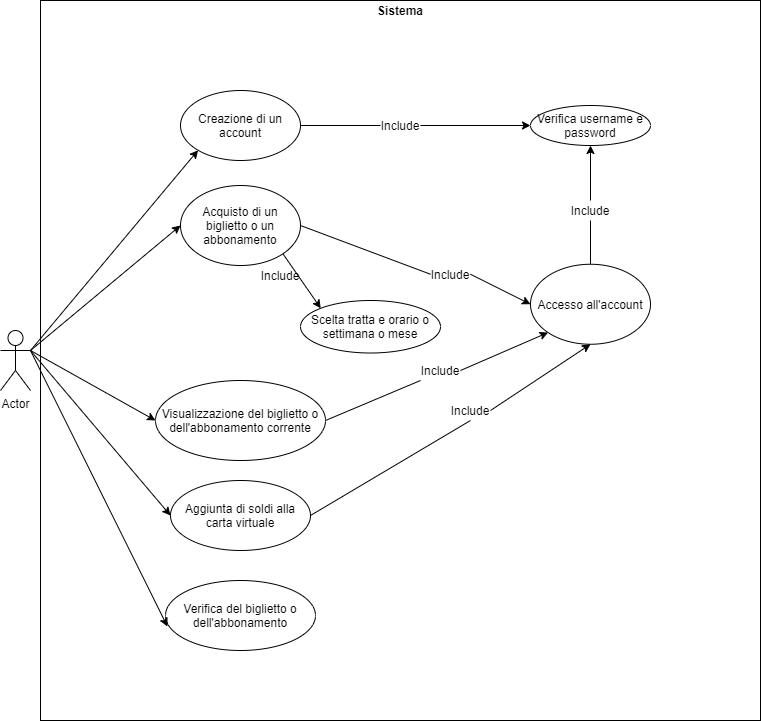
This is Documentazione/Diagrammi/Diagramma UML dei casi d'uso.png from DanieleRonco/ProgettoJAItalia, a draw.io export, as it was before one commit. Source tidied: cells renumbered, new cells last; positions are measured from the earlier drawing's top-left corner, leaving out a move shared by most shapes.
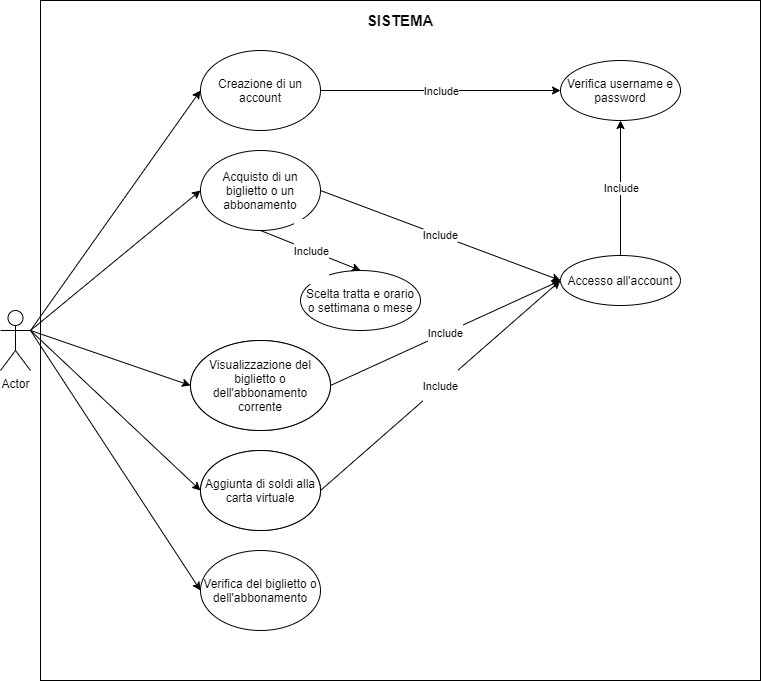
After the change.

Diff of the diagram source:
```diff
@@ -2,104 +2,92 @@
   <root>
     <mxCell id="0" />
     <mxCell id="1" parent="0" />
-    <mxCell id="2" value="Actor" style="shape=umlActor;verticalLabelPosition=bottom;verticalAlign=top;html=1;outlineConnect=0;comic=0;" parent="1" vertex="1">
-      <mxGeometry y="330" width="30" height="60" as="geometry" />
+    <mxCell id="2" value="Actor" style="shape=umlActor;verticalLabelPosition=bottom;verticalAlign=top;html=1;outlineConnect=0;" parent="1" vertex="1">
+      <mxGeometry y="310" width="30" height="60" as="geometry" />
     </mxCell>
-    <mxCell id="3" style="rounded=0;whiteSpace=wrap;html=1;comic=0;" parent="1" vertex="1">
-      <mxGeometry x="40" width="720" height="720" as="geometry" />
-    </mxCell>
-    <mxCell id="4" value="&lt;b&gt;Sistema&lt;/b&gt;" style="text;html=1;strokeColor=none;fillColor=none;align=center;verticalAlign=middle;whiteSpace=wrap;rounded=0;comic=0;" parent="1" vertex="1">
-      <mxGeometry x="380" width="40" height="20" as="geometry" />
-    </mxCell>
+    <mxCell id="35" style="rounded=0;whiteSpace=wrap;html=1;" parent="1" vertex="1">
+      <mxGeometry x="40" width="720" height="680" as="geometry" />
+    </mxCell>
+    <mxCell id="36" value="&lt;b&gt;&lt;font style=&quot;font-size: 15px&quot;&gt;SISTEMA&lt;/font&gt;&lt;/b&gt;" style="text;html=1;strokeColor=none;fillColor=none;align=center;verticalAlign=middle;whiteSpace=wrap;rounded=0;" parent="1" vertex="1">
+      <mxGeometry x="380" y="10" width="40" height="20" as="geometry" />
+    </mxCell>
-    <mxCell id="5" value="Creazione di un account" style="ellipse;whiteSpace=wrap;html=1;comic=0;" parent="1" vertex="1">
-      <mxGeometry x="180" y="90" width="120" height="70" as="geometry" />
+    <mxCell id="5" value="Creazione di un account" style="ellipse;whiteSpace=wrap;html=1;" parent="1" vertex="1">
+      <mxGeometry x="200" y="50" width="120" height="80" as="geometry" />
     </mxCell>
-    <mxCell id="6" style="endArrow=classic;html=1;exitX=1;exitY=0.3333333333333333;exitDx=0;exitDy=0;exitPerimeter=0;entryX=0;entryY=1;entryDx=0;entryDy=0;" parent="1" edge="1" source="2" target="5">
-      <mxGeometry relative="1" as="geometry" />
-    </mxCell>
-    <mxCell id="7" value="Acquisto di un biglietto o un abbonamento" style="ellipse;whiteSpace=wrap;html=1;comic=0;" parent="1" vertex="1">
-      <mxGeometry x="180" y="185" width="120" height="80" as="geometry" />
+    <mxCell id="7" value="Acquisto di un biglietto o un abbonamento" style="ellipse;whiteSpace=wrap;html=1;" parent="1" vertex="1">
+      <mxGeometry x="200" y="150" width="120" height="80" as="geometry" />
     </mxCell>
-    <mxCell id="8" value="Visualizzazione del biglietto o dell'abbonamento corrente" style="ellipse;whiteSpace=wrap;html=1;comic=0;" parent="1" vertex="1">
-      <mxGeometry x="155" y="380" width="170" height="80" as="geometry" />
-    </mxCell>
-    <mxCell id="9" value="Aggiunta di soldi alla carta virtuale" style="ellipse;whiteSpace=wrap;html=1;comic=0;" parent="1" vertex="1">
-      <mxGeometry x="170" y="480" width="140" height="70" as="geometry" />
-    </mxCell>
+    <mxCell id="37" value="Visualizzazione del biglietto o dell'abbonamento corrente" style="ellipse;whiteSpace=wrap;html=1;" parent="1" vertex="1">
+      <mxGeometry x="190" y="340" width="140" height="90" as="geometry" />
+    </mxCell>
+    <mxCell id="38" value="Aggiunta di soldi alla carta virtuale" style="ellipse;whiteSpace=wrap;html=1;" parent="1" vertex="1">
+      <mxGeometry x="200" y="450" width="120" height="80" as="geometry" />
+    </mxCell>
-    <mxCell id="10" value="Verifica del biglietto o dell'abbonamento" style="ellipse;whiteSpace=wrap;html=1;comic=0;" parent="1" vertex="1">
-      <mxGeometry x="165" y="580" width="150" height="70" as="geometry" />
+    <mxCell id="10" value="Verifica del biglietto o dell'abbonamento" style="ellipse;whiteSpace=wrap;html=1;" parent="1" vertex="1">
+      <mxGeometry x="200" y="550" width="120" height="80" as="geometry" />
     </mxCell>
-    <mxCell id="11" value="Verifica username e password" style="ellipse;whiteSpace=wrap;html=1;comic=0;" parent="1" vertex="1">
-      <mxGeometry x="530" y="105" width="120" height="40" as="geometry" />
+    <mxCell id="11" value="Verifica username e password" style="ellipse;whiteSpace=wrap;html=1;" parent="1" vertex="1">
+      <mxGeometry x="560" y="60" width="120" height="60" as="geometry" />
     </mxCell>
-    <mxCell id="12" value="Accesso all'account" style="ellipse;whiteSpace=wrap;html=1;comic=0;" parent="1" vertex="1">
-      <mxGeometry x="530" y="263.8" width="120" height="80" as="geometry" />
+    <mxCell id="12" value="Accesso all'account" style="ellipse;whiteSpace=wrap;html=1;" parent="1" vertex="1">
+      <mxGeometry x="560" y="255" width="120" height="50" as="geometry" />
     </mxCell>
-    <mxCell id="13" value="Scelta tratta e orario o settimana o mese" style="ellipse;whiteSpace=wrap;html=1;comic=0;" parent="1" vertex="1">
-      <mxGeometry x="300" y="300" width="140" height="52.5" as="geometry" />
+    <mxCell id="13" value="Scelta tratta e orario o settimana o mese" style="ellipse;whiteSpace=wrap;html=1;" parent="1" vertex="1">
+      <mxGeometry x="300" y="270" width="120" height="60" as="geometry" />
     </mxCell>
-    <mxCell id="14" style="endArrow=classic;html=1;entryX=0;entryY=0.5;entryDx=0;entryDy=0;exitX=1;exitY=0.5;exitDx=0;exitDy=0;startArrow=none;" parent="1" edge="1" source="33" target="11">
-      <mxGeometry relative="1" as="geometry" />
-    </mxCell>
+    <mxCell id="39" style="endArrow=classic;html=1;exitX=1;exitY=0.5;exitDx=0;exitDy=0;entryX=0;entryY=0.5;entryDx=0;entryDy=0;" parent="1" edge="1" source="7" target="12">
+      <mxGeometry relative="1" as="geometry" />
+    </mxCell>
+    <mxCell id="40" value="Include" style="edgeLabel;html=1;align=center;verticalAlign=middle;" parent="39" vertex="1">
+      <mxGeometry relative="1" as="geometry" />
+    </mxCell>
+    <mxCell id="41" value="&#10;&#10;&lt;span style=&quot;color: rgb(0, 0, 0); font-family: helvetica; font-size: 11px; font-style: normal; font-weight: 400; letter-spacing: normal; text-align: center; text-indent: 0px; text-transform: none; word-spacing: 0px; background-color: rgb(255, 255, 255); display: inline; float: none;&quot;&gt;Include&lt;/span&gt;&#10;&#10;" style="endArrow=classic;html=1;exitX=1;exitY=0.5;exitDx=0;exitDy=0;entryX=0;entryY=0.5;entryDx=0;entryDy=0;" parent="1" edge="1" source="37" target="12">
+      <mxGeometry relative="1" as="geometry" />
+    </mxCell>
+    <mxCell id="42" style="endArrow=classic;html=1;exitX=1;exitY=0.5;exitDx=0;exitDy=0;entryX=0;entryY=0.5;entryDx=0;entryDy=0;" parent="1" edge="1" source="38" target="12">
+      <mxGeometry relative="1" as="geometry" />
+    </mxCell>
+    <mxCell id="43" value="&#10;&#10;&lt;span style=&quot;color: rgb(0, 0, 0); font-family: helvetica; font-size: 11px; font-style: normal; font-weight: 400; letter-spacing: normal; text-align: center; text-indent: 0px; text-transform: none; word-spacing: 0px; background-color: rgb(255, 255, 255); display: inline; float: none;&quot;&gt;Include&lt;/span&gt;&#10;&#10;" style="edgeLabel;html=1;align=center;verticalAlign=middle;" parent="42" vertex="1">
+      <mxGeometry relative="1" as="geometry" />
+    </mxCell>
+    <mxCell id="44" style="endArrow=classic;html=1;exitX=1;exitY=0.5;exitDx=0;exitDy=0;entryX=0;entryY=0.5;entryDx=0;entryDy=0;" parent="1" edge="1" source="5" target="11">
+      <mxGeometry relative="1" as="geometry" />
+    </mxCell>
+    <mxCell id="45" value="&#10;&#10;&lt;span style=&quot;color: rgb(0, 0, 0); font-family: helvetica; font-size: 11px; font-style: normal; font-weight: 400; letter-spacing: normal; text-align: center; text-indent: 0px; text-transform: none; word-spacing: 0px; background-color: rgb(255, 255, 255); display: inline; float: none;&quot;&gt;Include&lt;/span&gt;&#10;&#10;" style="edgeLabel;html=1;align=center;verticalAlign=middle;" parent="44" vertex="1">
+      <mxGeometry relative="1" as="geometry" />
+    </mxCell>
+    <mxCell id="46" style="endArrow=classic;html=1;exitX=0.5;exitY=0;exitDx=0;exitDy=0;entryX=0.5;entryY=1;entryDx=0;entryDy=0;" parent="1" edge="1" source="12" target="11">
+      <mxGeometry relative="1" as="geometry" />
+    </mxCell>
+    <mxCell id="47" value="Include" style="edgeLabel;html=1;align=center;verticalAlign=middle;" parent="46" vertex="1">
+      <mxGeometry relative="1" as="geometry" />
+    </mxCell>
-    <mxCell id="15" style="endArrow=classic;html=1;exitX=1;exitY=1;exitDx=0;exitDy=0;entryX=0;entryY=0;entryDx=0;entryDy=0;" parent="1" edge="1" source="7" target="13">
+    <mxCell id="15" style="endArrow=classic;html=1;exitX=0.5;exitY=1;exitDx=0;exitDy=0;entryX=0.5;entryY=0;entryDx=0;entryDy=0;" parent="1" edge="1" source="7" target="13">
       <mxGeometry relative="1" as="geometry" />
     </mxCell>
-    <mxCell id="16" style="endArrow=classic;html=1;exitX=1;exitY=0.5;exitDx=0;exitDy=0;entryX=0;entryY=0.5;entryDx=0;entryDy=0;startArrow=none;" parent="1" edge="1" source="29" target="12">
-      <mxGeometry relative="1" as="geometry" />
-    </mxCell>
+    <mxCell id="48" value="&#10;&#10;&lt;span style=&quot;color: rgb(0, 0, 0); font-family: helvetica; font-size: 11px; font-style: normal; font-weight: 400; letter-spacing: normal; text-align: center; text-indent: 0px; text-transform: none; word-spacing: 0px; background-color: rgb(255, 255, 255); display: inline; float: none;&quot;&gt;Include&lt;/span&gt;&#10;&#10;" style="edgeLabel;html=1;align=center;verticalAlign=middle;" parent="15" vertex="1">
+      <mxGeometry relative="1" as="geometry" />
+    </mxCell>
+    <mxCell id="49" value="Visualizzazione del biglietto o dell'abbonamento corrente" style="ellipse;whiteSpace=wrap;html=1;" parent="1" vertex="1">
+      <mxGeometry x="190" y="340" width="140" height="90" as="geometry" />
+    </mxCell>
+    <mxCell id="50" value="Aggiunta di soldi alla carta virtuale" style="ellipse;whiteSpace=wrap;html=1;" parent="1" vertex="1">
+      <mxGeometry x="200" y="450" width="120" height="80" as="geometry" />
+    </mxCell>
+    <mxCell id="6" style="endArrow=classic;html=1;exitX=1;exitY=0.3333333333333333;exitDx=0;exitDy=0;exitPerimeter=0;entryX=0;entryY=0.5;entryDx=0;entryDy=0;" parent="1" edge="1" source="2" target="5">
+      <mxGeometry relative="1" as="geometry" />
+    </mxCell>
     <mxCell id="17" style="endArrow=classic;html=1;exitX=1;exitY=0.3333333333333333;exitDx=0;exitDy=0;exitPerimeter=0;entryX=0;entryY=0.5;entryDx=0;entryDy=0;" parent="1" edge="1" source="2" target="7">
       <mxGeometry relative="1" as="geometry" />
     </mxCell>
-    <mxCell id="18" style="endArrow=classic;html=1;exitX=0.5;exitY=0;exitDx=0;exitDy=0;entryX=0.5;entryY=1;entryDx=0;entryDy=0;startArrow=none;" parent="1" edge="1" source="31" target="11">
-      <mxGeometry relative="1" as="geometry" />
-    </mxCell>
-    <mxCell id="19" style="endArrow=classic;html=1;exitX=1;exitY=0.3333333333333333;exitDx=0;exitDy=0;exitPerimeter=0;entryX=0;entryY=0.5;entryDx=0;entryDy=0;" parent="1" edge="1" source="2" target="8">
-      <mxGeometry relative="1" as="geometry" />
-    </mxCell>
-    <mxCell id="20" style="endArrow=classic;html=1;exitX=1;exitY=0.5;exitDx=0;exitDy=0;entryX=0;entryY=1;entryDx=0;entryDy=0;startArrow=none;" parent="1" edge="1" source="27" target="12">
-      <mxGeometry relative="1" as="geometry" />
-    </mxCell>
-    <mxCell id="21" style="endArrow=classic;html=1;exitX=1;exitY=0.3333333333333333;exitDx=0;exitDy=0;exitPerimeter=0;entryX=0;entryY=0.5;entryDx=0;entryDy=0;" parent="1" edge="1" source="2" target="9">
-      <mxGeometry relative="1" as="geometry" />
-    </mxCell>
-    <mxCell id="22" style="endArrow=classic;html=1;exitX=1;exitY=0.5;exitDx=0;exitDy=0;entryX=0.5;entryY=1;entryDx=0;entryDy=0;startArrow=none;" parent="1" edge="1" source="25" target="12">
-      <mxGeometry relative="1" as="geometry" />
-    </mxCell>
+    <mxCell id="51" style="endArrow=classic;html=1;exitX=1;exitY=0.3333333333333333;exitDx=0;exitDy=0;exitPerimeter=0;entryX=0;entryY=0.5;entryDx=0;entryDy=0;" parent="1" edge="1" source="2" target="49">
+      <mxGeometry relative="1" as="geometry" />
+    </mxCell>
+    <mxCell id="52" style="endArrow=classic;html=1;exitX=1;exitY=0.3333333333333333;exitDx=0;exitDy=0;exitPerimeter=0;entryX=0;entryY=0.5;entryDx=0;entryDy=0;" parent="1" edge="1" source="2" target="50">
+      <mxGeometry relative="1" as="geometry" />
+    </mxCell>
-    <mxCell id="23" style="endArrow=classic;html=1;exitX=1;exitY=0.3333333333333333;exitDx=0;exitDy=0;exitPerimeter=0;entryX=0.013;entryY=0.657;entryDx=0;entryDy=0;entryPerimeter=0;" parent="1" edge="1" source="2" target="10">
+    <mxCell id="23" style="endArrow=classic;html=1;exitX=1;exitY=0.3333333333333333;exitDx=0;exitDy=0;exitPerimeter=0;entryX=0;entryY=0.5;entryDx=0;entryDy=0;" parent="1" edge="1" source="2" target="10">
       <mxGeometry relative="1" as="geometry" />
     </mxCell>
-    <mxCell id="24" value="Include" style="text;html=1;strokeColor=none;fillColor=none;align=center;verticalAlign=middle;whiteSpace=wrap;rounded=0;comic=0;" parent="1" vertex="1">
-      <mxGeometry x="260" y="265" width="40" height="20" as="geometry" />
-    </mxCell>
-    <mxCell id="25" value="Include" style="text;html=1;strokeColor=none;fillColor=none;align=center;verticalAlign=middle;whiteSpace=wrap;rounded=0;comic=0;" parent="1" vertex="1">
-      <mxGeometry x="450" y="400" width="40" height="20" as="geometry" />
-    </mxCell>
-    <mxCell id="26" style="endArrow=none;html=1;exitX=1;exitY=0.5;exitDx=0;exitDy=0;entryX=0.5;entryY=1;entryDx=0;entryDy=0;" parent="1" edge="1" source="9" target="25">
-      <mxGeometry relative="1" as="geometry" />
-    </mxCell>
-    <mxCell id="27" value="Include" style="text;html=1;strokeColor=none;fillColor=none;align=center;verticalAlign=middle;whiteSpace=wrap;rounded=0;comic=0;" parent="1" vertex="1">
-      <mxGeometry x="420" y="360" width="40" height="20" as="geometry" />
-    </mxCell>
-    <mxCell id="28" style="endArrow=none;html=1;exitX=1;exitY=0.5;exitDx=0;exitDy=0;entryX=0;entryY=1;entryDx=0;entryDy=0;" parent="1" edge="1" source="8" target="27">
-      <mxGeometry relative="1" as="geometry" />
-    </mxCell>
-    <mxCell id="29" value="Include" style="text;html=1;strokeColor=none;fillColor=none;align=center;verticalAlign=middle;whiteSpace=wrap;rounded=0;comic=0;" parent="1" vertex="1">
-      <mxGeometry x="430" y="263.8" width="40" height="20" as="geometry" />
-    </mxCell>
-    <mxCell id="30" style="endArrow=none;html=1;exitX=1;exitY=0.5;exitDx=0;exitDy=0;entryX=0;entryY=0.5;entryDx=0;entryDy=0;" parent="1" edge="1" source="7" target="29">
-      <mxGeometry relative="1" as="geometry" />
-    </mxCell>
-    <mxCell id="31" value="Include" style="text;html=1;strokeColor=none;fillColor=none;align=center;verticalAlign=middle;whiteSpace=wrap;rounded=0;comic=0;" parent="1" vertex="1">
-      <mxGeometry x="570" y="200" width="40" height="20" as="geometry" />
-    </mxCell>
-    <mxCell id="32" style="endArrow=none;html=1;exitX=0.5;exitY=0;exitDx=0;exitDy=0;entryX=0.5;entryY=1;entryDx=0;entryDy=0;" parent="1" edge="1" source="12" target="31">
-      <mxGeometry relative="1" as="geometry" />
-    </mxCell>
-    <mxCell id="33" value="Include" style="text;html=1;strokeColor=none;fillColor=none;align=center;verticalAlign=middle;whiteSpace=wrap;rounded=0;comic=0;" parent="1" vertex="1">
-      <mxGeometry x="380" y="115" width="40" height="20" as="geometry" />
-    </mxCell>
-    <mxCell id="34" style="endArrow=none;html=1;entryX=0;entryY=0.5;entryDx=0;entryDy=0;exitX=1;exitY=0.5;exitDx=0;exitDy=0;" parent="1" edge="1" source="5" target="33">
-      <mxGeometry relative="1" as="geometry" />
-    </mxCell>
   </root>
 </mxGraphModel>
```
